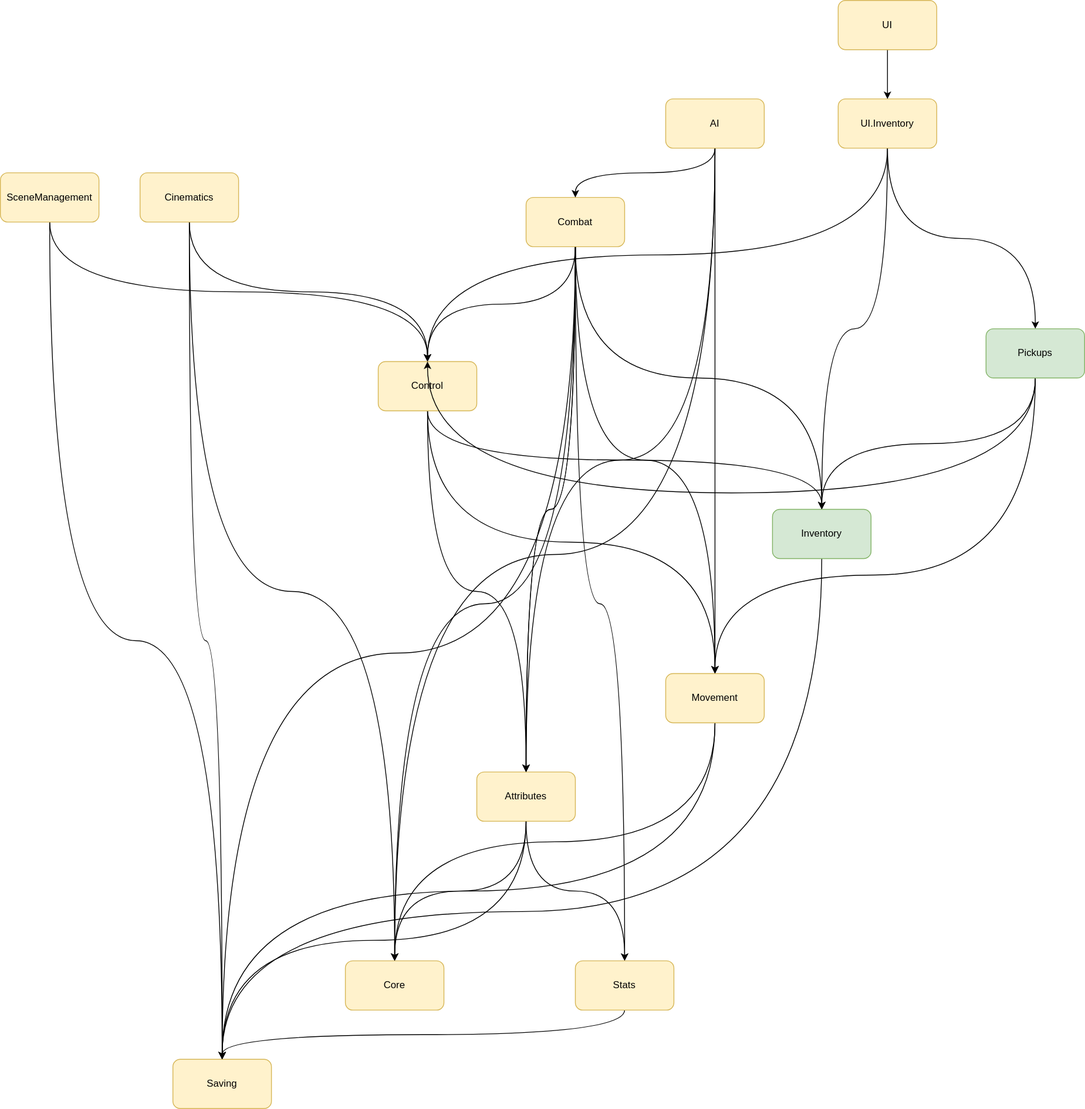
Above: Assets/Architecture/architecture.svg in ipevr/RPG-2024 (draw.io), before the change. Source tidied: cells renumbered, new cells last; positions are measured from the earlier drawing's top-left corner, leaving out a move shared by most shapes.
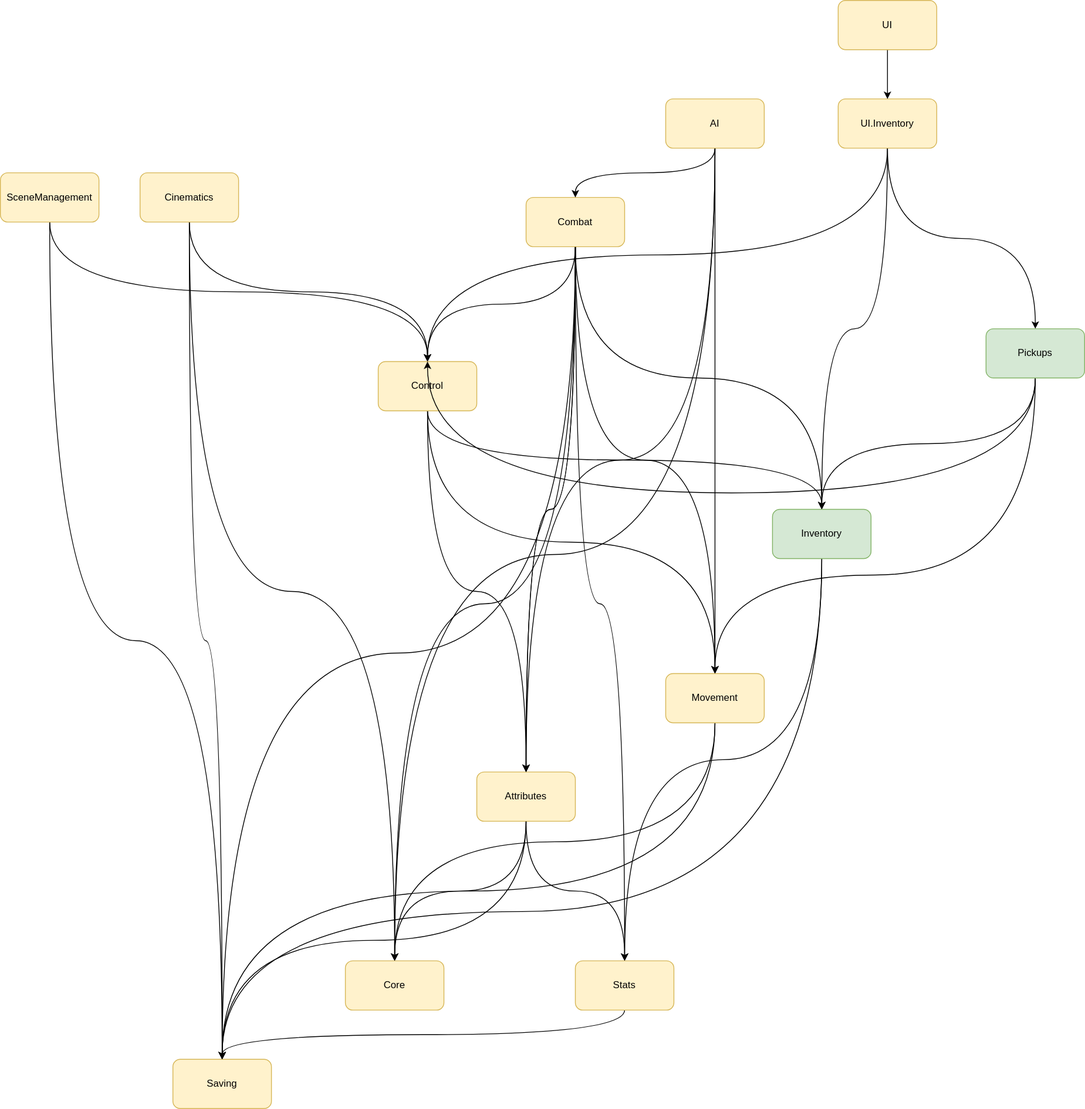
After the commit.

What changed in the source:
```diff
@@ -130,6 +130,9 @@
         </Array>
       </mxGeometry>
     </mxCell>
+    <mxCell id="50" style="edgeStyle=orthogonalEdgeStyle;curved=1;rounded=0;jettySize=auto;html=1;exitX=0.5;exitY=1;exitDx=0;exitDy=0;entryX=0.5;entryY=0;entryDx=0;entryDy=0;" parent="1" edge="1" source="43" target="31">
+      <mxGeometry relative="1" as="geometry" />
+    </mxCell>
     <mxCell id="43" value="Inventory" style="rounded=1;whiteSpace=wrap;html=1;fillColor=#d5e8d4;strokeColor=#82b366;" parent="1" vertex="1">
       <mxGeometry x="940" y="620" width="120" height="60" as="geometry" />
     </mxCell>
```
